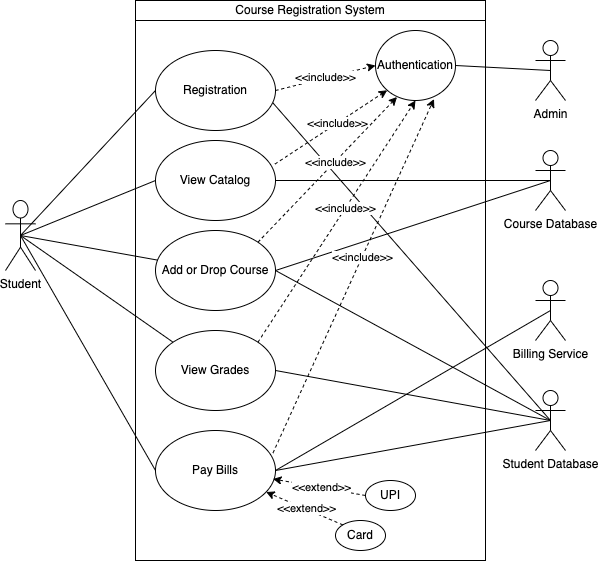
Above: CRS-Group-3-Flipkart-UML-artifacts/usecase diagram/student_usecase.png in shreyansh0212/CRS-Flipkart-Repo-Group-3 (draw.io), before the change. Source tidied: cells renumbered, new cells last; positions are measured from the earlier drawing's top-left corner, leaving out a move shared by most shapes.
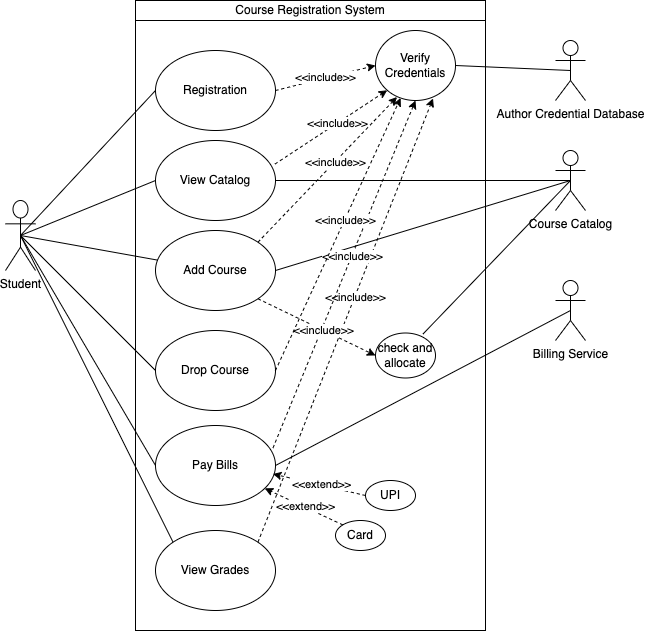
After the commit.

The edit, as a diff of the source:
```diff
@@ -6,7 +6,7 @@
       <mxGeometry y="200" width="30" height="70" as="geometry" />
     </mxCell>
     <mxCell id="3" style="rounded=0;whiteSpace=wrap;html=1;" parent="1" vertex="1">
-      <mxGeometry x="130" width="350" height="560" as="geometry" />
+      <mxGeometry x="130" width="350" height="630" as="geometry" />
     </mxCell>
     <mxCell id="4" value="Registration" style="ellipse;whiteSpace=wrap;html=1;" parent="1" vertex="1">
       <mxGeometry x="150" y="50" width="120" height="80" as="geometry" />
@@ -14,20 +14,20 @@
     <mxCell id="5" value="View Catalog" style="ellipse;whiteSpace=wrap;html=1;" parent="1" vertex="1">
       <mxGeometry x="150" y="140" width="120" height="80" as="geometry" />
     </mxCell>
-    <mxCell id="6" value="Add or Drop Course" style="ellipse;whiteSpace=wrap;html=1;" parent="1" vertex="1">
+    <mxCell id="6" value="Add Course" style="ellipse;whiteSpace=wrap;html=1;" parent="1" vertex="1">
       <mxGeometry x="150" y="230" width="120" height="80" as="geometry" />
     </mxCell>
     <mxCell id="7" value="View Grades" style="ellipse;whiteSpace=wrap;html=1;" parent="1" vertex="1">
-      <mxGeometry x="150" y="330" width="120" height="80" as="geometry" />
+      <mxGeometry x="150" y="530" width="120" height="80" as="geometry" />
     </mxCell>
-    <mxCell id="8" value="Course Database" style="shape=umlActor;verticalLabelPosition=bottom;verticalAlign=top;html=1;outlineConnect=0;" parent="1" vertex="1">
-      <mxGeometry x="530" y="150" width="30" height="60" as="geometry" />
+    <mxCell id="8" value="Course Catalog" style="shape=umlActor;verticalLabelPosition=bottom;verticalAlign=top;html=1;outlineConnect=0;" parent="1" vertex="1">
+      <mxGeometry x="550" y="150" width="30" height="60" as="geometry" />
     </mxCell>
     <mxCell id="9" value="Pay Bills" style="ellipse;whiteSpace=wrap;html=1;" parent="1" vertex="1">
-      <mxGeometry x="150" y="430" width="120" height="80" as="geometry" />
+      <mxGeometry x="150" y="425" width="120" height="80" as="geometry" />
     </mxCell>
     <mxCell id="10" value="Billing Service" style="shape=umlActor;verticalLabelPosition=bottom;verticalAlign=top;html=1;outlineConnect=0;" parent="1" vertex="1">
-      <mxGeometry x="530" y="280" width="30" height="60" as="geometry" />
+      <mxGeometry x="550" y="280" width="30" height="60" as="geometry" />
     </mxCell>
     <mxCell id="11" value="Course Registration System" style="rounded=0;whiteSpace=wrap;html=1;" parent="1" vertex="1">
       <mxGeometry x="130" width="350" height="20" as="geometry" />
@@ -56,26 +56,11 @@
     <mxCell id="19" style="endArrow=none;html=1;rounded=0;exitX=1;exitY=0.5;exitDx=0;exitDy=0;entryX=0.5;entryY=0.5;entryDx=0;entryDy=0;entryPerimeter=0;" parent="1" edge="1" source="9" target="10">
       <mxGeometry relative="1" as="geometry" />
     </mxCell>
-    <mxCell id="20" value="Student Database" style="shape=umlActor;verticalLabelPosition=bottom;verticalAlign=top;html=1;outlineConnect=0;" parent="1" vertex="1">
-      <mxGeometry x="530" y="390" width="30" height="60" as="geometry" />
-    </mxCell>
-    <mxCell id="21" style="endArrow=none;html=1;rounded=0;exitX=0.979;exitY=0.656;exitDx=0;exitDy=0;exitPerimeter=0;entryX=0.5;entryY=0.5;entryDx=0;entryDy=0;entryPerimeter=0;" parent="1" edge="1" source="4" target="20">
-      <mxGeometry relative="1" as="geometry" />
-    </mxCell>
-    <mxCell id="22" style="endArrow=none;html=1;rounded=0;exitX=1;exitY=0.5;exitDx=0;exitDy=0;entryX=0.5;entryY=0.5;entryDx=0;entryDy=0;entryPerimeter=0;" parent="1" edge="1" source="6" target="20">
-      <mxGeometry relative="1" as="geometry" />
-    </mxCell>
-    <mxCell id="23" style="endArrow=none;html=1;rounded=0;exitX=1;exitY=0.5;exitDx=0;exitDy=0;entryX=0.5;entryY=0.5;entryDx=0;entryDy=0;entryPerimeter=0;" parent="1" edge="1" source="9" target="20">
-      <mxGeometry relative="1" as="geometry" />
-    </mxCell>
-    <mxCell id="24" style="endArrow=none;html=1;rounded=0;exitX=1;exitY=0.5;exitDx=0;exitDy=0;entryX=0.5;entryY=0.5;entryDx=0;entryDy=0;entryPerimeter=0;" parent="1" edge="1" source="7" target="20">
-      <mxGeometry relative="1" as="geometry" />
-    </mxCell>
-    <mxCell id="25" value="Authentication" style="ellipse;whiteSpace=wrap;html=1;" parent="1" vertex="1">
+    <mxCell id="25" value="Verify Credentials" style="ellipse;whiteSpace=wrap;html=1;" parent="1" vertex="1">
       <mxGeometry x="370" y="30" width="80" height="70" as="geometry" />
     </mxCell>
-    <mxCell id="26" value="Admin" style="shape=umlActor;verticalLabelPosition=bottom;verticalAlign=top;html=1;outlineConnect=0;" parent="1" vertex="1">
-      <mxGeometry x="530" y="40" width="30" height="60" as="geometry" />
+    <mxCell id="26" value="Author Credential Database" style="shape=umlActor;verticalLabelPosition=bottom;verticalAlign=top;html=1;outlineConnect=0;" parent="1" vertex="1">
+      <mxGeometry x="550" y="40" width="30" height="60" as="geometry" />
     </mxCell>
     <mxCell id="27" value="&amp;lt;&amp;lt;include&amp;gt;&amp;gt;" style="endArrow=classic;html=1;rounded=0;exitX=1;exitY=0.5;exitDx=0;exitDy=0;entryX=0;entryY=0.5;entryDx=0;entryDy=0;dashed=1;" parent="1" edge="1" source="4" target="25">
       <mxGeometry relative="1" as="geometry" />
@@ -113,17 +98,44 @@
     <mxCell id="38" value="&amp;lt;&amp;lt;include&amp;gt;&amp;gt;" style="edgeLabel;html=1;align=center;verticalAlign=middle;" parent="37" vertex="1">
       <mxGeometry x="0.11" relative="1" as="geometry" />
     </mxCell>
-    <mxCell id="39" style="endArrow=classic;html=1;rounded=0;dashed=1;exitX=1;exitY=0;exitDx=0;exitDy=0;entryX=0.5;entryY=1;entryDx=0;entryDy=0;" parent="1" edge="1" source="7" target="25">
+    <mxCell id="39" style="endArrow=classic;html=1;rounded=0;dashed=1;exitX=1;exitY=0;exitDx=0;exitDy=0;entryX=0.719;entryY=0.971;entryDx=0;entryDy=0;entryPerimeter=0;" parent="1" edge="1" source="7" target="25">
       <mxGeometry relative="1" as="geometry" />
     </mxCell>
     <mxCell id="40" value="&amp;lt;&amp;lt;include&amp;gt;&amp;gt;" style="edgeLabel;html=1;align=center;verticalAlign=middle;" parent="39" vertex="1">
       <mxGeometry x="0.11" relative="1" as="geometry" />
     </mxCell>
-    <mxCell id="41" style="endArrow=classic;html=1;rounded=0;dashed=1;exitX=0.979;exitY=0.281;exitDx=0;exitDy=0;exitPerimeter=0;entryX=0.731;entryY=0.979;entryDx=0;entryDy=0;entryPerimeter=0;" parent="1" edge="1" source="9" target="25">
+    <mxCell id="41" style="endArrow=classic;html=1;rounded=0;dashed=1;exitX=0.979;exitY=0.281;exitDx=0;exitDy=0;exitPerimeter=0;entryX=0.5;entryY=1;entryDx=0;entryDy=0;" parent="1" edge="1" source="9" target="25">
       <mxGeometry relative="1" as="geometry" />
     </mxCell>
     <mxCell id="42" value="&amp;lt;&amp;lt;include&amp;gt;&amp;gt;" style="edgeLabel;html=1;align=center;verticalAlign=middle;" parent="41" vertex="1">
       <mxGeometry x="0.11" relative="1" as="geometry" />
     </mxCell>
+    <mxCell id="43" style="endArrow=classic;html=1;rounded=0;dashed=1;exitX=1;exitY=1;exitDx=0;exitDy=0;entryX=0;entryY=0.5;entryDx=0;entryDy=0;" parent="1" edge="1" source="6" target="45">
+      <mxGeometry relative="1" as="geometry" />
+    </mxCell>
+    <mxCell id="44" value="&amp;lt;&amp;lt;include&amp;gt;&amp;gt;" style="edgeLabel;html=1;align=center;verticalAlign=middle;" parent="43" vertex="1">
+      <mxGeometry x="0.11" relative="1" as="geometry" />
+    </mxCell>
+    <mxCell id="45" value="check and allocate" style="ellipse;whiteSpace=wrap;html=1;" parent="1" vertex="1">
+      <mxGeometry x="370" y="332.5" width="60" height="45" as="geometry" />
+    </mxCell>
+    <mxCell id="46" style="endArrow=none;html=1;rounded=0;entryX=0.5;entryY=0.5;entryDx=0;entryDy=0;entryPerimeter=0;exitX=0.792;exitY=0.022;exitDx=0;exitDy=0;exitPerimeter=0;" parent="1" edge="1" source="45" target="8">
+      <mxGeometry relative="1" as="geometry" />
+    </mxCell>
+    <mxCell id="47" value="Drop Course" style="ellipse;whiteSpace=wrap;html=1;" parent="1" vertex="1">
+      <mxGeometry x="150" y="330" width="120" height="80" as="geometry" />
+    </mxCell>
+    <mxCell id="48" style="endArrow=none;html=1;rounded=0;exitX=0.5;exitY=0.5;exitDx=0;exitDy=0;exitPerimeter=0;entryX=0;entryY=0.5;entryDx=0;entryDy=0;" parent="1" edge="1" source="2" target="47">
+      <mxGeometry relative="1" as="geometry" />
+    </mxCell>
+    <mxCell id="49" style="endArrow=classic;html=1;rounded=0;dashed=1;exitX=1;exitY=0.5;exitDx=0;exitDy=0;" parent="1" edge="1" source="47" target="25">
+      <mxGeometry relative="1" as="geometry" />
+    </mxCell>
+    <mxCell id="50" value="&amp;lt;&amp;lt;include&amp;gt;&amp;gt;" style="edgeLabel;html=1;align=center;verticalAlign=middle;" parent="49" vertex="1">
+      <mxGeometry x="0.11" relative="1" as="geometry" />
+    </mxCell>
+    <mxCell id="51" style="edgeStyle=orthogonalEdgeStyle;rounded=0;orthogonalLoop=1;jettySize=auto;html=1;exitX=0.5;exitY=1;exitDx=0;exitDy=0;endArrow=block;endFill=0;" parent="1" edge="1" source="3" target="3">
+      <mxGeometry relative="1" as="geometry" />
+    </mxCell>
   </root>
 </mxGraphModel>
```
